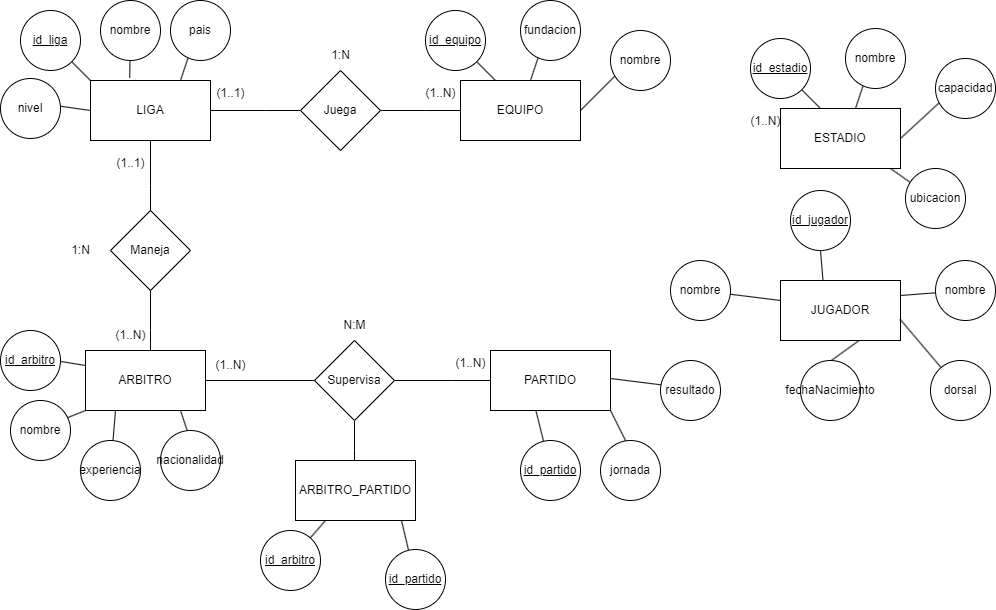
Above: GestionTorneo/src/main/resources/entidad-relacion.drawio.png in robertovelz8/Acceso-a-Datos (draw.io), before the change. Source tidied: cells renumbered, new cells last; positions are measured from the earlier drawing's top-left corner, leaving out a move shared by most shapes. Source of this version:
```xml
<mxGraphModel>
  <root>
    <mxCell id="0" />
    <mxCell id="1" parent="0" />
    <mxCell id="2" style="edgeStyle=orthogonalEdgeStyle;rounded=0;jettySize=auto;html=1;exitX=1;exitY=0.5;exitDx=0;exitDy=0;" parent="1" edge="1" source="4">
      <mxGeometry relative="1" as="geometry">
        <mxPoint x="320" y="110" as="targetPoint" />
      </mxGeometry>
    </mxCell>
    <mxCell id="3" style="edgeStyle=orthogonalEdgeStyle;rounded=0;jettySize=auto;html=1;exitX=0.5;exitY=1;exitDx=0;exitDy=0;" parent="1" edge="1" source="4">
      <mxGeometry relative="1" as="geometry">
        <mxPoint x="150" y="230" as="targetPoint" />
      </mxGeometry>
    </mxCell>
    <mxCell id="4" value="LIGA" style="rounded=0;whiteSpace=wrap;html=1;" parent="1" vertex="1">
      <mxGeometry x="90" y="80" width="120" height="60" as="geometry" />
    </mxCell>
    <mxCell id="5" style="edgeStyle=orthogonalEdgeStyle;rounded=0;jettySize=auto;html=1;exitX=1;exitY=0.5;exitDx=0;exitDy=0;" parent="1" edge="1" source="6">
      <mxGeometry relative="1" as="geometry">
        <mxPoint x="470" y="110" as="targetPoint" />
      </mxGeometry>
    </mxCell>
    <mxCell id="6" value="Juega" style="rhombus;whiteSpace=wrap;html=1;" parent="1" vertex="1">
      <mxGeometry x="300" y="70" width="80" height="80" as="geometry" />
    </mxCell>
    <mxCell id="7" value="EQUIPO" style="rounded=0;whiteSpace=wrap;html=1;" parent="1" vertex="1">
      <mxGeometry x="460" y="80" width="120" height="60" as="geometry" />
    </mxCell>
    <mxCell id="8" value="(1..N)" style="text;html=1;align=center;verticalAlign=middle;strokeColor=none;fillColor=none;" parent="1" vertex="1">
      <mxGeometry x="415" y="78" width="50" height="30" as="geometry" />
    </mxCell>
    <mxCell id="9" value="(1..1)" style="text;html=1;align=center;verticalAlign=middle;strokeColor=none;fillColor=none;" parent="1" vertex="1">
      <mxGeometry x="205" y="78" width="50" height="30" as="geometry" />
    </mxCell>
    <mxCell id="10" value="1:N" style="text;html=1;align=center;verticalAlign=middle;strokeColor=none;fillColor=none;" parent="1" vertex="1">
      <mxGeometry x="320" y="40" width="40" height="30" as="geometry" />
    </mxCell>
    <mxCell id="11" style="edgeStyle=orthogonalEdgeStyle;rounded=0;jettySize=auto;html=1;exitX=0.5;exitY=1;exitDx=0;exitDy=0;" parent="1" edge="1" source="12">
      <mxGeometry relative="1" as="geometry">
        <mxPoint x="150" y="370" as="targetPoint" />
      </mxGeometry>
    </mxCell>
    <mxCell id="12" value="Maneja" style="rhombus;whiteSpace=wrap;html=1;" parent="1" vertex="1">
      <mxGeometry x="110" y="210" width="80" height="80" as="geometry" />
    </mxCell>
    <mxCell id="13" style="edgeStyle=orthogonalEdgeStyle;rounded=0;jettySize=auto;html=1;exitX=1;exitY=0.5;exitDx=0;exitDy=0;" parent="1" edge="1" source="14">
      <mxGeometry relative="1" as="geometry">
        <mxPoint x="340" y="380" as="targetPoint" />
      </mxGeometry>
    </mxCell>
    <mxCell id="14" value="ARBITRO" style="rounded=0;whiteSpace=wrap;html=1;" parent="1" vertex="1">
      <mxGeometry x="85" y="350" width="120" height="60" as="geometry" />
    </mxCell>
    <mxCell id="15" value="(1..1)" style="text;html=1;align=center;verticalAlign=middle;strokeColor=none;fillColor=none;" parent="1" vertex="1">
      <mxGeometry x="105" y="148" width="50" height="30" as="geometry" />
    </mxCell>
    <mxCell id="16" value="(1..N)" style="text;html=1;align=center;verticalAlign=middle;strokeColor=none;fillColor=none;" parent="1" vertex="1">
      <mxGeometry x="105" y="320" width="50" height="30" as="geometry" />
    </mxCell>
    <mxCell id="17" value="1:N" style="text;html=1;align=center;verticalAlign=middle;strokeColor=none;fillColor=none;" parent="1" vertex="1">
      <mxGeometry x="60" y="235" width="40" height="30" as="geometry" />
    </mxCell>
    <mxCell id="18" style="edgeStyle=orthogonalEdgeStyle;rounded=0;jettySize=auto;html=1;exitX=1;exitY=0.5;exitDx=0;exitDy=0;" parent="1" edge="1" source="20">
      <mxGeometry relative="1" as="geometry">
        <mxPoint x="510" y="380" as="targetPoint" />
      </mxGeometry>
    </mxCell>
    <mxCell id="19" style="edgeStyle=orthogonalEdgeStyle;rounded=0;jettySize=auto;html=1;exitX=0.5;exitY=1;exitDx=0;exitDy=0;" parent="1" edge="1" source="20">
      <mxGeometry relative="1" as="geometry">
        <mxPoint x="354" y="480" as="targetPoint" />
      </mxGeometry>
    </mxCell>
    <mxCell id="20" value="Supervisa" style="rhombus;whiteSpace=wrap;html=1;" parent="1" vertex="1">
      <mxGeometry x="314" y="340" width="80" height="80" as="geometry" />
    </mxCell>
    <mxCell id="21" value="PARTIDO" style="rounded=0;whiteSpace=wrap;html=1;" parent="1" vertex="1">
      <mxGeometry x="490" y="350" width="120" height="60" as="geometry" />
    </mxCell>
    <mxCell id="22" value="ARBITRO_PARTIDO" style="rounded=0;whiteSpace=wrap;html=1;" parent="1" vertex="1">
      <mxGeometry x="295" y="460" width="120" height="60" as="geometry" />
    </mxCell>
    <mxCell id="23" value="(1..N)" style="text;html=1;align=center;verticalAlign=middle;strokeColor=none;fillColor=none;" parent="1" vertex="1">
      <mxGeometry x="445" y="348" width="50" height="30" as="geometry" />
    </mxCell>
    <mxCell id="24" value="(1..N)" style="text;html=1;align=center;verticalAlign=middle;strokeColor=none;fillColor=none;" parent="1" vertex="1">
      <mxGeometry x="205" y="350" width="50" height="30" as="geometry" />
    </mxCell>
    <mxCell id="25" value="N:M" style="text;html=1;align=center;verticalAlign=middle;strokeColor=none;fillColor=none;" parent="1" vertex="1">
      <mxGeometry x="329" y="310" width="50" height="30" as="geometry" />
    </mxCell>
    <mxCell id="26" style="endArrow=none;html=1;rounded=0;" parent="1" edge="1">
      <mxGeometry relative="1" as="geometry">
        <mxPoint x="60" y="50" as="sourcePoint" />
        <mxPoint x="90" y="80" as="targetPoint" />
      </mxGeometry>
    </mxCell>
    <mxCell id="27" value="&lt;u&gt;id_liga&lt;/u&gt;" style="ellipse;whiteSpace=wrap;html=1;" parent="1" vertex="1">
      <mxGeometry x="20" y="10" width="60" height="60" as="geometry" />
    </mxCell>
    <mxCell id="28" style="endArrow=none;html=1;rounded=0;entryX=0.327;entryY=-0.047;entryDx=0;entryDy=0;entryPerimeter=0;" parent="1" edge="1" target="4">
      <mxGeometry relative="1" as="geometry">
        <mxPoint x="130" y="20" as="sourcePoint" />
      </mxGeometry>
    </mxCell>
    <mxCell id="29" value="nombre" style="ellipse;whiteSpace=wrap;html=1;" parent="1" vertex="1">
      <mxGeometry x="100" width="60" height="60" as="geometry" />
    </mxCell>
    <mxCell id="30" style="endArrow=none;html=1;rounded=0;entryX=0.75;entryY=0;entryDx=0;entryDy=0;" parent="1" edge="1" target="4">
      <mxGeometry relative="1" as="geometry">
        <mxPoint x="200" y="20" as="sourcePoint" />
      </mxGeometry>
    </mxCell>
    <mxCell id="31" value="pais" style="ellipse;whiteSpace=wrap;html=1;" parent="1" vertex="1">
      <mxGeometry x="170" width="60" height="60" as="geometry" />
    </mxCell>
    <mxCell id="32" style="endArrow=none;html=1;rounded=0;entryX=0;entryY=0.5;entryDx=0;entryDy=0;" parent="1" edge="1" target="4">
      <mxGeometry relative="1" as="geometry">
        <mxPoint x="20" y="100" as="sourcePoint" />
      </mxGeometry>
    </mxCell>
    <mxCell id="33" value="nivel" style="ellipse;whiteSpace=wrap;html=1;" parent="1" vertex="1">
      <mxGeometry y="78" width="60" height="60" as="geometry" />
    </mxCell>
    <mxCell id="34" style="endArrow=none;html=1;rounded=0;entryX=0;entryY=0.25;entryDx=0;entryDy=0;" parent="1" edge="1" target="14">
      <mxGeometry relative="1" as="geometry">
        <mxPoint x="5" y="352" as="sourcePoint" />
      </mxGeometry>
    </mxCell>
    <mxCell id="35" value="&lt;u&gt;id_arbitro&lt;/u&gt;" style="ellipse;whiteSpace=wrap;html=1;" parent="1" vertex="1">
      <mxGeometry y="330" width="60" height="60" as="geometry" />
    </mxCell>
    <mxCell id="36" style="endArrow=none;html=1;rounded=0;entryX=0;entryY=1;entryDx=0;entryDy=0;" parent="1" edge="1" target="14">
      <mxGeometry relative="1" as="geometry">
        <mxPoint x="30" y="432" as="sourcePoint" />
      </mxGeometry>
    </mxCell>
    <mxCell id="37" value="nombre" style="ellipse;whiteSpace=wrap;html=1;" parent="1" vertex="1">
      <mxGeometry x="10" y="400" width="60" height="60" as="geometry" />
    </mxCell>
    <mxCell id="38" style="endArrow=none;html=1;rounded=0;entryX=0.25;entryY=1;entryDx=0;entryDy=0;" parent="1" edge="1" source="39" target="14">
      <mxGeometry relative="1" as="geometry" />
    </mxCell>
    <mxCell id="39" value="experiencia" style="ellipse;whiteSpace=wrap;html=1;" parent="1" vertex="1">
      <mxGeometry x="80" y="440" width="60" height="60" as="geometry" />
    </mxCell>
    <mxCell id="40" style="endArrow=none;html=1;rounded=0;" parent="1" edge="1">
      <mxGeometry relative="1" as="geometry">
        <mxPoint x="190" y="440" as="sourcePoint" />
        <mxPoint x="180" y="410" as="targetPoint" />
      </mxGeometry>
    </mxCell>
    <mxCell id="41" value="nacionalidad" style="ellipse;whiteSpace=wrap;html=1;" parent="1" vertex="1">
      <mxGeometry x="160" y="430" width="60" height="60" as="geometry" />
    </mxCell>
    <mxCell id="42" style="endArrow=none;html=1;rounded=0;entryX=0.25;entryY=1;entryDx=0;entryDy=0;" parent="1" edge="1" source="44" target="22">
      <mxGeometry relative="1" as="geometry" />
    </mxCell>
    <mxCell id="43" style="endArrow=none;html=1;rounded=0;entryX=0.25;entryY=1;entryDx=0;entryDy=0;" parent="1" edge="1" target="44">
      <mxGeometry relative="1" as="geometry">
        <mxPoint x="280" y="562" as="sourcePoint" />
      </mxGeometry>
    </mxCell>
    <mxCell id="44" value="&lt;u&gt;id_arbitro&lt;/u&gt;" style="ellipse;whiteSpace=wrap;html=1;" parent="1" vertex="1">
      <mxGeometry x="260" y="530" width="60" height="60" as="geometry" />
    </mxCell>
    <mxCell id="45" style="endArrow=none;html=1;rounded=0;entryX=0.38;entryY=1.013;entryDx=0;entryDy=0;entryPerimeter=0;" parent="1" edge="1" source="47" target="21">
      <mxGeometry relative="1" as="geometry" />
    </mxCell>
    <mxCell id="46" style="endArrow=none;html=1;rounded=0;entryX=0.25;entryY=1;entryDx=0;entryDy=0;" parent="1" edge="1" target="47">
      <mxGeometry relative="1" as="geometry">
        <mxPoint x="565" y="482" as="sourcePoint" />
      </mxGeometry>
    </mxCell>
    <mxCell id="47" value="&lt;u&gt;id_partido&lt;/u&gt;" style="ellipse;whiteSpace=wrap;html=1;" parent="1" vertex="1">
      <mxGeometry x="520" y="440" width="60" height="60" as="geometry" />
    </mxCell>
    <mxCell id="48" style="endArrow=none;html=1;rounded=0;entryX=1;entryY=1;entryDx=0;entryDy=0;" parent="1" edge="1" target="21">
      <mxGeometry relative="1" as="geometry">
        <mxPoint x="630" y="450" as="sourcePoint" />
      </mxGeometry>
    </mxCell>
    <mxCell id="49" value="jornada" style="ellipse;whiteSpace=wrap;html=1;" parent="1" vertex="1">
      <mxGeometry x="600" y="440" width="60" height="60" as="geometry" />
    </mxCell>
    <mxCell id="50" style="endArrow=none;html=1;rounded=0;entryX=1;entryY=0.5;entryDx=0;entryDy=0;" parent="1" edge="1">
      <mxGeometry relative="1" as="geometry">
        <mxPoint x="690" y="388" as="sourcePoint" />
        <mxPoint x="610" y="378" as="targetPoint" />
      </mxGeometry>
    </mxCell>
    <mxCell id="51" value="resultado" style="ellipse;whiteSpace=wrap;html=1;" parent="1" vertex="1">
      <mxGeometry x="660" y="360" width="60" height="60" as="geometry" />
    </mxCell>
    <mxCell id="52" style="endArrow=none;html=1;rounded=0;entryX=0.38;entryY=1.013;entryDx=0;entryDy=0;entryPerimeter=0;" parent="1" edge="1" source="54">
      <mxGeometry relative="1" as="geometry">
        <mxPoint x="401" y="520" as="targetPoint" />
      </mxGeometry>
    </mxCell>
    <mxCell id="53" style="endArrow=none;html=1;rounded=0;entryX=0.25;entryY=1;entryDx=0;entryDy=0;" parent="1" edge="1" target="54">
      <mxGeometry relative="1" as="geometry">
        <mxPoint x="430" y="591" as="sourcePoint" />
      </mxGeometry>
    </mxCell>
    <mxCell id="54" value="&lt;u&gt;id_partido&lt;/u&gt;" style="ellipse;whiteSpace=wrap;html=1;" parent="1" vertex="1">
      <mxGeometry x="385" y="549" width="60" height="60" as="geometry" />
    </mxCell>
    <mxCell id="55" style="endArrow=none;html=1;rounded=0;" parent="1" edge="1">
      <mxGeometry relative="1" as="geometry">
        <mxPoint x="465" y="50" as="sourcePoint" />
        <mxPoint x="495" y="80" as="targetPoint" />
      </mxGeometry>
    </mxCell>
    <mxCell id="56" value="&lt;u&gt;id_equipo&lt;/u&gt;" style="ellipse;whiteSpace=wrap;html=1;" parent="1" vertex="1">
      <mxGeometry x="425" y="10" width="60" height="60" as="geometry" />
    </mxCell>
    <mxCell id="57" style="endArrow=none;html=1;rounded=0;entryX=0.75;entryY=0;entryDx=0;entryDy=0;" parent="1" edge="1">
      <mxGeometry relative="1" as="geometry">
        <mxPoint x="550" y="20" as="sourcePoint" />
        <mxPoint x="530" y="80" as="targetPoint" />
      </mxGeometry>
    </mxCell>
    <mxCell id="58" value="fundacion" style="ellipse;whiteSpace=wrap;html=1;" parent="1" vertex="1">
      <mxGeometry x="520" width="60" height="60" as="geometry" />
    </mxCell>
    <mxCell id="59" style="endArrow=none;html=1;rounded=0;entryX=1;entryY=0.5;entryDx=0;entryDy=0;" parent="1" edge="1" target="7">
      <mxGeometry relative="1" as="geometry">
        <mxPoint x="640" y="50" as="sourcePoint" />
      </mxGeometry>
    </mxCell>
    <mxCell id="60" value="nombre" style="ellipse;whiteSpace=wrap;html=1;" parent="1" vertex="1">
      <mxGeometry x="610" y="30" width="60" height="60" as="geometry" />
    </mxCell>
    <mxCell id="61" value="ESTADIO" style="rounded=0;whiteSpace=wrap;html=1;" parent="1" vertex="1">
      <mxGeometry x="780" y="108" width="120" height="60" as="geometry" />
    </mxCell>
    <mxCell id="62" value="(1..N)" style="text;html=1;align=center;verticalAlign=middle;strokeColor=none;fillColor=none;" parent="1" vertex="1">
      <mxGeometry x="740" y="106" width="50" height="30" as="geometry" />
    </mxCell>
    <mxCell id="63" style="endArrow=none;html=1;rounded=0;" parent="1" edge="1">
      <mxGeometry relative="1" as="geometry">
        <mxPoint x="790" y="78" as="sourcePoint" />
        <mxPoint x="820" y="108" as="targetPoint" />
      </mxGeometry>
    </mxCell>
    <mxCell id="64" value="&lt;u&gt;id_estadio&lt;/u&gt;" style="ellipse;whiteSpace=wrap;html=1;" parent="1" vertex="1">
      <mxGeometry x="750" y="38" width="60" height="60" as="geometry" />
    </mxCell>
    <mxCell id="65" style="endArrow=none;html=1;rounded=0;entryX=0.75;entryY=0;entryDx=0;entryDy=0;" parent="1" edge="1">
      <mxGeometry relative="1" as="geometry">
        <mxPoint x="875" y="48" as="sourcePoint" />
        <mxPoint x="855" y="108" as="targetPoint" />
      </mxGeometry>
    </mxCell>
    <mxCell id="66" value="nombre" style="ellipse;whiteSpace=wrap;html=1;" parent="1" vertex="1">
      <mxGeometry x="845" y="28" width="60" height="60" as="geometry" />
    </mxCell>
    <mxCell id="67" style="endArrow=none;html=1;rounded=0;entryX=1;entryY=0.5;entryDx=0;entryDy=0;" parent="1" edge="1" target="61">
      <mxGeometry relative="1" as="geometry">
        <mxPoint x="965" y="78" as="sourcePoint" />
      </mxGeometry>
    </mxCell>
    <mxCell id="68" value="capacidad" style="ellipse;whiteSpace=wrap;html=1;" parent="1" vertex="1">
      <mxGeometry x="935" y="58" width="60" height="60" as="geometry" />
    </mxCell>
    <mxCell id="69" style="endArrow=none;html=1;rounded=0;entryX=0.5;entryY=1;entryDx=0;entryDy=0;exitX=0.137;exitY=0.273;exitDx=0;exitDy=0;exitPerimeter=0;" parent="1" edge="1" source="70">
      <mxGeometry relative="1" as="geometry">
        <mxPoint x="890" y="168" as="targetPoint" />
      </mxGeometry>
    </mxCell>
    <mxCell id="70" value="ubicacion" style="ellipse;whiteSpace=wrap;html=1;" parent="1" vertex="1">
      <mxGeometry x="905" y="168" width="60" height="60" as="geometry" />
    </mxCell>
    <mxCell id="71" value="JUGADOR" style="rounded=0;whiteSpace=wrap;html=1;" parent="1" vertex="1">
      <mxGeometry x="780" y="280" width="120" height="60" as="geometry" />
    </mxCell>
    <mxCell id="72" style="endArrow=none;html=1;rounded=0;entryX=0.65;entryY=1.007;entryDx=0;entryDy=0;exitX=0.137;exitY=0.273;exitDx=0;exitDy=0;exitPerimeter=0;entryPerimeter=0;" parent="1" edge="1" source="76" target="71">
      <mxGeometry relative="1" as="geometry" />
    </mxCell>
    <mxCell id="73" style="endArrow=none;html=1;rounded=0;entryX=0.997;entryY=0.647;entryDx=0;entryDy=0;entryPerimeter=0;" parent="1" edge="1" source="77" target="71">
      <mxGeometry relative="1" as="geometry" />
    </mxCell>
    <mxCell id="74" style="endArrow=none;html=1;rounded=0;" parent="1" edge="1" target="78">
      <mxGeometry relative="1" as="geometry">
        <mxPoint x="780" y="300" as="sourcePoint" />
      </mxGeometry>
    </mxCell>
    <mxCell id="75" style="endArrow=none;html=1;rounded=0;exitX=0.5;exitY=1;exitDx=0;exitDy=0;" parent="1" edge="1" source="79">
      <mxGeometry relative="1" as="geometry">
        <mxPoint x="822.5" y="280" as="targetPoint" />
      </mxGeometry>
    </mxCell>
    <mxCell id="76" value="fechaNacimiento" style="ellipse;whiteSpace=wrap;html=1;" parent="1" vertex="1">
      <mxGeometry x="800" y="360" width="60" height="60" as="geometry" />
    </mxCell>
    <mxCell id="77" value="dorsal" style="ellipse;whiteSpace=wrap;html=1;" parent="1" vertex="1">
      <mxGeometry x="930" y="360" width="60" height="60" as="geometry" />
    </mxCell>
    <mxCell id="78" value="nombre" style="ellipse;whiteSpace=wrap;html=1;" parent="1" vertex="1">
      <mxGeometry x="670" y="260" width="60" height="60" as="geometry" />
    </mxCell>
    <mxCell id="79" value="&lt;u&gt;id_jugador&lt;/u&gt;" style="ellipse;whiteSpace=wrap;html=1;" parent="1" vertex="1">
      <mxGeometry x="790" y="190" width="60" height="60" as="geometry" />
    </mxCell>
    <mxCell id="80" style="endArrow=none;html=1;rounded=0;exitX=1;exitY=0.25;exitDx=0;exitDy=0;" parent="1" edge="1" source="71" target="81">
      <mxGeometry relative="1" as="geometry" />
    </mxCell>
    <mxCell id="81" value="nombre" style="ellipse;whiteSpace=wrap;html=1;" parent="1" vertex="1">
      <mxGeometry x="935" y="260" width="60" height="60" as="geometry" />
    </mxCell>
  </root>
</mxGraphModel>
```
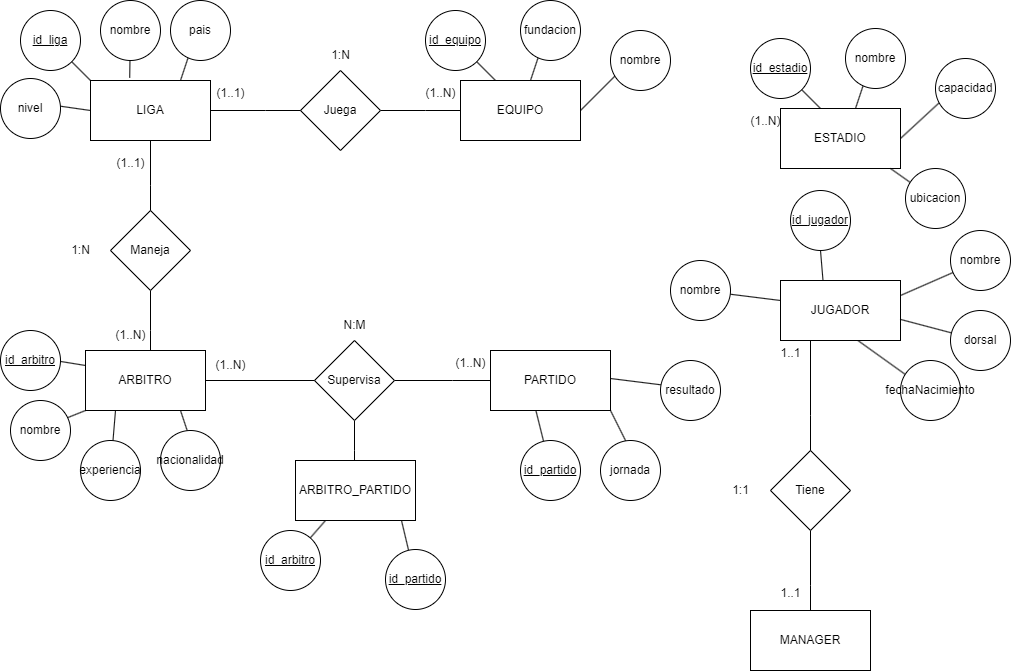
Later version of the same file.

Commit message:
Añadir entidad Manager a los png

What changed in the source:
```diff
@@ -270,6 +270,11 @@
     <mxCell id="70" value="ubicacion" style="ellipse;whiteSpace=wrap;html=1;" parent="1" vertex="1">
       <mxGeometry x="905" y="168" width="60" height="60" as="geometry" />
     </mxCell>
+    <mxCell id="82" style="edgeStyle=orthogonalEdgeStyle;rounded=0;jettySize=auto;html=1;exitX=0.25;exitY=1;exitDx=0;exitDy=0;" parent="1" edge="1" source="71">
+      <mxGeometry relative="1" as="geometry">
+        <mxPoint x="810" y="490" as="targetPoint" />
+      </mxGeometry>
+    </mxCell>
     <mxCell id="71" value="JUGADOR" style="rounded=0;whiteSpace=wrap;html=1;" parent="1" vertex="1">
       <mxGeometry x="780" y="280" width="120" height="60" as="geometry" />
     </mxCell>
@@ -290,10 +295,10 @@
       </mxGeometry>
     </mxCell>
     <mxCell id="76" value="fechaNacimiento" style="ellipse;whiteSpace=wrap;html=1;" parent="1" vertex="1">
-      <mxGeometry x="800" y="360" width="60" height="60" as="geometry" />
+      <mxGeometry x="900" y="360" width="60" height="60" as="geometry" />
     </mxCell>
     <mxCell id="77" value="dorsal" style="ellipse;whiteSpace=wrap;html=1;" parent="1" vertex="1">
-      <mxGeometry x="930" y="360" width="60" height="60" as="geometry" />
+      <mxGeometry x="950" y="310" width="60" height="60" as="geometry" />
     </mxCell>
     <mxCell id="78" value="nombre" style="ellipse;whiteSpace=wrap;html=1;" parent="1" vertex="1">
       <mxGeometry x="670" y="260" width="60" height="60" as="geometry" />
@@ -305,7 +310,27 @@
       <mxGeometry relative="1" as="geometry" />
     </mxCell>
     <mxCell id="81" value="nombre" style="ellipse;whiteSpace=wrap;html=1;" parent="1" vertex="1">
-      <mxGeometry x="935" y="260" width="60" height="60" as="geometry" />
+      <mxGeometry x="950" y="230" width="60" height="60" as="geometry" />
     </mxCell>
+    <mxCell id="83" style="edgeStyle=orthogonalEdgeStyle;rounded=0;jettySize=auto;html=1;exitX=0.5;exitY=1;exitDx=0;exitDy=0;" parent="1" edge="1" source="84">
+      <mxGeometry relative="1" as="geometry">
+        <mxPoint x="810" y="640" as="targetPoint" />
+      </mxGeometry>
+    </mxCell>
+    <mxCell id="84" value="Tiene" style="rhombus;whiteSpace=wrap;html=1;" parent="1" vertex="1">
+      <mxGeometry x="770" y="450" width="80" height="80" as="geometry" />
+    </mxCell>
+    <mxCell id="85" value="1..1" style="text;html=1;align=center;verticalAlign=middle;strokeColor=none;fillColor=none;" parent="1" vertex="1">
+      <mxGeometry x="770" y="338" width="40" height="30" as="geometry" />
+    </mxCell>
+    <mxCell id="86" value="MANAGER" style="rounded=0;whiteSpace=wrap;html=1;" parent="1" vertex="1">
+      <mxGeometry x="750" y="610" width="120" height="60" as="geometry" />
+    </mxCell>
+    <mxCell id="87" value="1..1" style="text;html=1;align=center;verticalAlign=middle;strokeColor=none;fillColor=none;" parent="1" vertex="1">
+      <mxGeometry x="770" y="578" width="40" height="30" as="geometry" />
+    </mxCell>
+    <mxCell id="88" value="1:1" style="text;html=1;align=center;verticalAlign=middle;strokeColor=none;fillColor=none;" parent="1" vertex="1">
+      <mxGeometry x="720" y="475" width="40" height="30" as="geometry" />
+    </mxCell>
   </root>
 </mxGraphModel>
```
